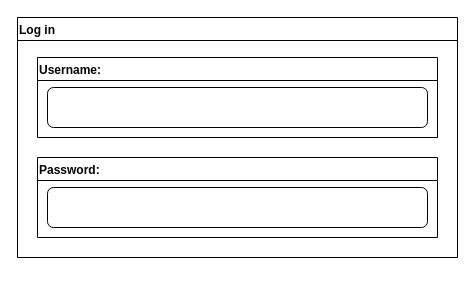
mazrli/Grupp keeps this draw.io diagram as GUI/Inloggning.drawio. Above is the earlier version. Source tidied: cells renumbered, new cells numbered last; positions are measured from the earlier drawing's top-left corner, leaving out a move shared by most shapes. Both pictures are drawn from the tidied source at 100%, with x=0, y=0 at pixel (17, 17).
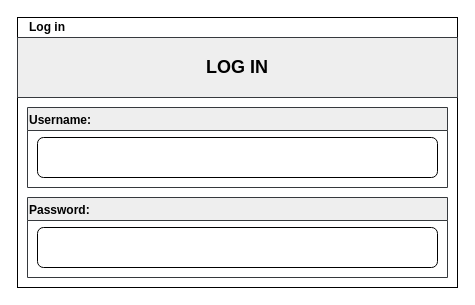
Above is the later version.

Change to the diagram source:
```diff
@@
 <mxGraphModel>
   <root>
     <mxCell id="0" />
     <mxCell id="1" parent="0" />
+    <mxCell id="7" style="rounded=0;whiteSpace=wrap;html=1;" parent="1" vertex="1">
+      <mxGeometry width="440" height="270" as="geometry" />
+    </mxCell>
+    <mxCell id="8" style="rounded=0;whiteSpace=wrap;html=1;fillColor=#eeeeee;strokeColor=#36393d;" parent="1" vertex="1">
+      <mxGeometry y="20" width="440" height="60" as="geometry" />
+    </mxCell>
+    <mxCell id="3" value="Username:" style="swimlane;fillColor=#eeeeee;strokeColor=#36393d;align=left;" parent="1" vertex="1">
+      <mxGeometry x="10" y="90" width="420" height="80" as="geometry" />
+    </mxCell>
+    <mxCell id="9" style="rounded=1;whiteSpace=wrap;html=1;" parent="3" vertex="1">
+      <mxGeometry x="10" y="30" width="400" height="40" as="geometry" />
+    </mxCell>
+    <mxCell id="5" value="Password:" style="swimlane;fillColor=#eeeeee;strokeColor=#36393d;align=left;" parent="1" vertex="1">
+      <mxGeometry x="10" y="180" width="420" height="80" as="geometry" />
+    </mxCell>
+    <mxCell id="10" style="rounded=1;whiteSpace=wrap;html=1;" parent="5" vertex="1">
+      <mxGeometry x="10" y="30" width="400" height="40" as="geometry" />
+    </mxCell>
+    <mxCell id="11" value="LOG IN" style="text;html=1;strokeColor=none;fillColor=none;align=center;verticalAlign=middle;whiteSpace=wrap;rounded=0;fontStyle=1;fontSize=18;" parent="1" vertex="1">
+      <mxGeometry x="20" y="35" width="400" height="30" as="geometry" />
+    </mxCell>
-    <mxCell id="2" value="Log in" style="swimlane;align=left;" parent="1" vertex="1">
-      <mxGeometry width="440" height="240" as="geometry" />
+    <mxCell id="2" value="Log in" style="text;html=1;strokeColor=none;fillColor=none;align=center;verticalAlign=middle;whiteSpace=wrap;rounded=0;fontSize=12;fontStyle=1;" parent="1" vertex="1">
+      <mxGeometry width="60" height="20" as="geometry" />
     </mxCell>
-    <mxCell id="3" value="Username:" style="swimlane;align=left;" parent="2" vertex="1">
-      <mxGeometry x="20" y="40" width="400" height="80" as="geometry" />
-    </mxCell>
-    <mxCell id="4" style="rounded=1;whiteSpace=wrap;html=1;align=left;" parent="3" vertex="1">
-      <mxGeometry x="10" y="30" width="380" height="40" as="geometry" />
-    </mxCell>
-    <mxCell id="5" value="Password:" style="swimlane;align=left;" parent="2" vertex="1">
-      <mxGeometry x="20" y="140" width="400" height="80" as="geometry" />
-    </mxCell>
-    <mxCell id="6" style="rounded=1;whiteSpace=wrap;html=1;align=left;" parent="5" vertex="1">
-      <mxGeometry x="10" y="30" width="380" height="40" as="geometry" />
-    </mxCell>
   </root>
 </mxGraphModel>
```
